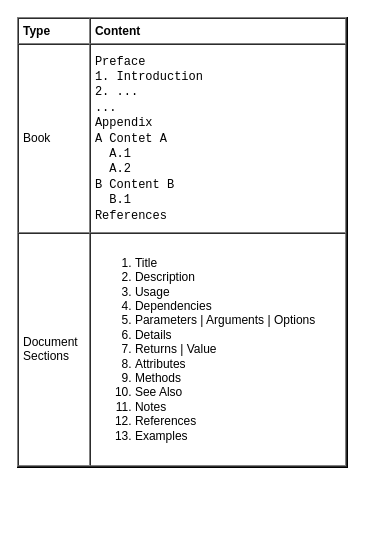
yangdj/tf_docs keeps this draw.io diagram as page "document" (2 of 5) of ux/ux.drawio. Above is the earlier version. Source tidied: cells renumbered, new cells numbered last; positions are measured from the earlier drawing's top-left corner, leaving out a move shared by most shapes. Both pictures are drawn from the tidied source at 100%, with x=0, y=0 at pixel (17, 17).
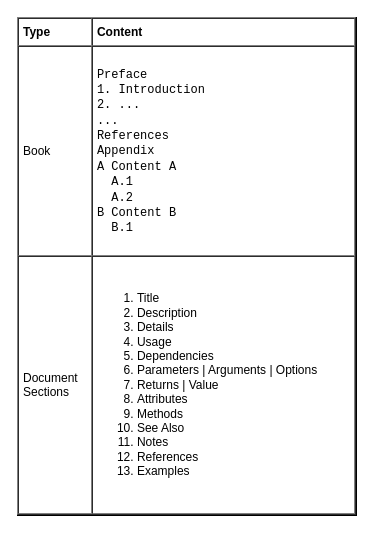
After the change.

Change to the diagram source:
```diff
@@
 <mxGraphModel>
   <root>
     <mxCell id="0" />
     <mxCell id="1" parent="0" />
-    <mxCell id="2" value="&lt;table cellpadding=&quot;4&quot; cellspacing=&quot;0&quot; border=&quot;1&quot; style=&quot;font-size: 1em ; width: 100% ; height: 100%&quot;&gt;&lt;tbody&gt;&lt;tr&gt;&lt;th&gt;Type&lt;/th&gt;&lt;th&gt;Content&lt;/th&gt;&lt;/tr&gt;&lt;tr&gt;&lt;td&gt;Book&lt;/td&gt;&lt;td&gt;&lt;font face=&quot;Courier New&quot;&gt;Preface&lt;br&gt;1. Introduction&lt;br&gt;2. ...&lt;br&gt;...&lt;br&gt;Appendix&lt;br&gt;A Contet A&lt;br&gt;&amp;nbsp; A.1&lt;br&gt;&amp;nbsp; A.2&lt;br&gt;B Content B&lt;br&gt;&amp;nbsp; B.1&lt;br&gt;References&lt;/font&gt;&lt;/td&gt;&lt;/tr&gt;&lt;tr&gt;&lt;td&gt;Document&lt;br&gt;Sections&lt;/td&gt;&lt;td&gt;&lt;ol&gt;&lt;li&gt;Title&lt;/li&gt;&lt;li&gt;Description&lt;/li&gt;&lt;li&gt;Usage&lt;/li&gt;&lt;li&gt;Dependencies&lt;/li&gt;&lt;li&gt;Parameters | Arguments | Options&lt;/li&gt;&lt;li&gt;Details&lt;/li&gt;&lt;li&gt;Returns | Value&lt;/li&gt;&lt;li&gt;Attributes&lt;/li&gt;&lt;li&gt;Methods&lt;/li&gt;&lt;li&gt;See Also&lt;/li&gt;&lt;li&gt;Notes&lt;/li&gt;&lt;li&gt;References&lt;/li&gt;&lt;li&gt;Examples&lt;/li&gt;&lt;/ol&gt;&lt;/td&gt;&lt;/tr&gt;&lt;/tbody&gt;&lt;/table&gt; " style="verticalAlign=top;align=left;overflow=fill;fontSize=12;fontFamily=Helvetica;html=1;" parent="1" vertex="1">
-      <mxGeometry width="330" height="450" as="geometry" />
+    <mxCell id="2" value="&lt;table cellpadding=&quot;4&quot; cellspacing=&quot;0&quot; border=&quot;1&quot; style=&quot;font-size: 1em ; width: 100% ; height: 100%&quot;&gt;&lt;tbody&gt;&lt;tr&gt;&lt;th&gt;Type&lt;/th&gt;&lt;th&gt;Content&lt;/th&gt;&lt;/tr&gt;&lt;tr&gt;&lt;td&gt;Book&lt;/td&gt;&lt;td&gt;&lt;font face=&quot;Courier New&quot;&gt;Preface&lt;br&gt;1. Introduction&lt;br&gt;2. ...&lt;br&gt;...&lt;/font&gt;&lt;br style=&quot;font-family: &amp;#34;courier new&amp;#34;&quot;&gt;&lt;span style=&quot;font-family: &amp;#34;courier new&amp;#34;&quot;&gt;References&lt;/span&gt;&lt;font face=&quot;Courier New&quot;&gt;&lt;br&gt;Appendix&lt;br&gt;A Content A&lt;br&gt;&amp;nbsp; A.1&lt;br&gt;&amp;nbsp; A.2&lt;br&gt;B Content B&lt;br&gt;&amp;nbsp; B.1&lt;/font&gt;&lt;/td&gt;&lt;/tr&gt;&lt;tr&gt;&lt;td&gt;Document&lt;br&gt;Sections&lt;/td&gt;&lt;td&gt;&lt;ol&gt;&lt;li&gt;Title&lt;/li&gt;&lt;li&gt;Description&lt;/li&gt;&lt;li&gt;Details&lt;/li&gt;&lt;li&gt;Usage&lt;/li&gt;&lt;li&gt;Dependencies&lt;/li&gt;&lt;li&gt;Parameters | Arguments | Options&lt;/li&gt;&lt;li&gt;Returns | Value&lt;/li&gt;&lt;li&gt;Attributes&lt;/li&gt;&lt;li&gt;Methods&lt;/li&gt;&lt;li&gt;See Also&lt;/li&gt;&lt;li&gt;Notes&lt;/li&gt;&lt;li&gt;References&lt;/li&gt;&lt;li&gt;Examples&lt;/li&gt;&lt;/ol&gt;&lt;/td&gt;&lt;/tr&gt;&lt;/tbody&gt;&lt;/table&gt; " style="verticalAlign=top;align=left;overflow=fill;fontSize=12;fontFamily=Helvetica;html=1;" parent="1" vertex="1">
+      <mxGeometry width="339" height="498" as="geometry" />
     </mxCell>
   </root>
 </mxGraphModel>
```
